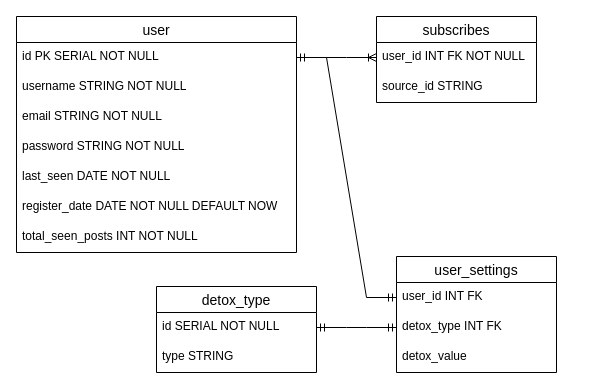
The draw.io diagram SmoothieFeed.drawio in Isas2g/SmoothieFeed, before the edit. Source tidied: cells renumbered, new cells numbered last; positions are measured from the earlier drawing's top-left corner, leaving out a move shared by most shapes. Both pictures are drawn from the tidied source at 100%, with x=0, y=0 at pixel (16, 16).
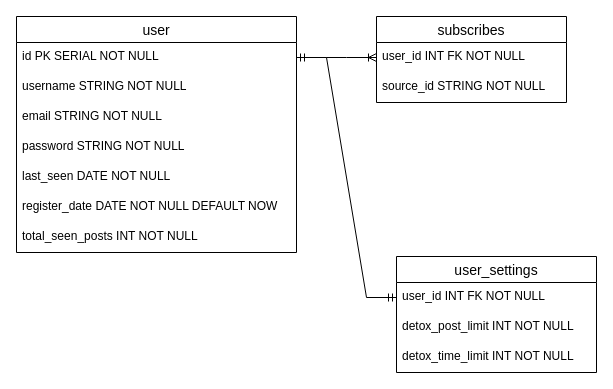
Above is the later version.

Commit message:
removed detox type table

What changed in the source:
```diff
@@
     <mxCell id="10" value="subscribes" style="swimlane;fontStyle=0;horizontal=1;startSize=26;align=center;fontSize=14;" parent="1" vertex="1">
-      <mxGeometry x="360" width="160" height="86" as="geometry" />
+      <mxGeometry x="360" width="190" height="86" as="geometry" />
     </mxCell>
     <mxCell id="11" value="user_id INT FK NOT NULL" style="text;strokeColor=none;fillColor=none;spacingLeft=4;spacingRight=4;overflow=hidden;points=[[0,0.5],[1,0.5]];portConstraint=eastwest;fontSize=12;" parent="10" vertex="1">
-      <mxGeometry y="26" width="160" height="30" as="geometry" />
+      <mxGeometry y="26" width="190" height="30" as="geometry" />
     </mxCell>
-    <mxCell id="12" value="source_id STRING" style="text;strokeColor=none;fillColor=none;spacingLeft=4;spacingRight=4;overflow=hidden;fontSize=12;" parent="10" vertex="1">
-      <mxGeometry y="56" width="160" height="30" as="geometry" />
+    <mxCell id="12" value="source_id STRING NOT NULL" style="text;strokeColor=none;fillColor=none;spacingLeft=4;spacingRight=4;overflow=hidden;fontSize=12;" parent="10" vertex="1">
+      <mxGeometry y="56" width="190" height="30" as="geometry" />
     </mxCell>
@@
     <mxCell id="14" value="user_settings" style="swimlane;fontStyle=0;horizontal=1;startSize=26;align=center;fontSize=14;" parent="1" vertex="1">
-      <mxGeometry x="380" y="240" width="160" height="116" as="geometry" />
+      <mxGeometry x="380" y="240" width="200" height="116" as="geometry" />
     </mxCell>
-    <mxCell id="15" value="user_id INT FK" style="text;strokeColor=none;fillColor=none;spacingLeft=4;spacingRight=4;overflow=hidden;points=[[0,0.5],[1,0.5]];portConstraint=eastwest;fontSize=12;" parent="14" vertex="1">
-      <mxGeometry y="26" width="160" height="30" as="geometry" />
+    <mxCell id="15" value="user_id INT FK NOT NULL" style="text;strokeColor=none;fillColor=none;spacingLeft=4;spacingRight=4;overflow=hidden;points=[[0,0.5],[1,0.5]];portConstraint=eastwest;fontSize=12;" parent="14" vertex="1">
+      <mxGeometry y="26" width="200" height="30" as="geometry" />
     </mxCell>
-    <mxCell id="16" value="detox_type INT FK" style="text;strokeColor=none;fillColor=none;spacingLeft=4;spacingRight=4;overflow=hidden;points=[[0,0.5],[1,0.5]];portConstraint=eastwest;fontSize=12;" parent="14" vertex="1">
-      <mxGeometry y="56" width="160" height="30" as="geometry" />
+    <mxCell id="16" value="detox_post_limit INT NOT NULL" style="text;strokeColor=none;fillColor=none;spacingLeft=4;spacingRight=4;overflow=hidden;points=[[0,0.5],[1,0.5]];portConstraint=eastwest;fontSize=12;" parent="14" vertex="1">
+      <mxGeometry y="56" width="200" height="30" as="geometry" />
     </mxCell>
-    <mxCell id="17" value="detox_value" style="text;strokeColor=none;fillColor=none;spacingLeft=4;spacingRight=4;overflow=hidden;fontSize=12;" parent="14" vertex="1">
-      <mxGeometry y="86" width="160" height="30" as="geometry" />
+    <mxCell id="17" value="detox_time_limit INT NOT NULL" style="text;strokeColor=none;fillColor=none;spacingLeft=4;spacingRight=4;overflow=hidden;fontSize=12;" parent="14" vertex="1">
+      <mxGeometry y="86" width="200" height="30" as="geometry" />
     </mxCell>
@@
-    <mxCell id="19" value="detox_type" style="swimlane;fontStyle=0;horizontal=1;startSize=26;align=center;fontSize=14;" parent="1" vertex="1">
-      <mxGeometry x="140" y="270" width="160" height="86" as="geometry" />
-    </mxCell>
-    <mxCell id="20" value="id SERIAL NOT NULL" style="text;strokeColor=none;fillColor=none;spacingLeft=4;spacingRight=4;overflow=hidden;points=[[0,0.5],[1,0.5]];portConstraint=eastwest;fontSize=12;" parent="19" vertex="1">
-      <mxGeometry y="26" width="160" height="30" as="geometry" />
-    </mxCell>
-    <mxCell id="21" value="type STRING" style="text;strokeColor=none;fillColor=none;spacingLeft=4;spacingRight=4;overflow=hidden;fontSize=12;" parent="19" vertex="1">
-      <mxGeometry y="56" width="160" height="30" as="geometry" />
-    </mxCell>
-    <mxCell id="22" style="edgeStyle=entityRelationEdgeStyle;fontSize=12;html=1;endArrow=ERmandOne;startArrow=ERmandOne;rounded=0;exitX=1;exitY=0.5;exitDx=0;exitDy=0;entryX=0;entryY=0.5;entryDx=0;entryDy=0;" parent="1" edge="1" source="20" target="16">
-      <mxGeometry relative="1" as="geometry" />
-    </mxCell>
```
